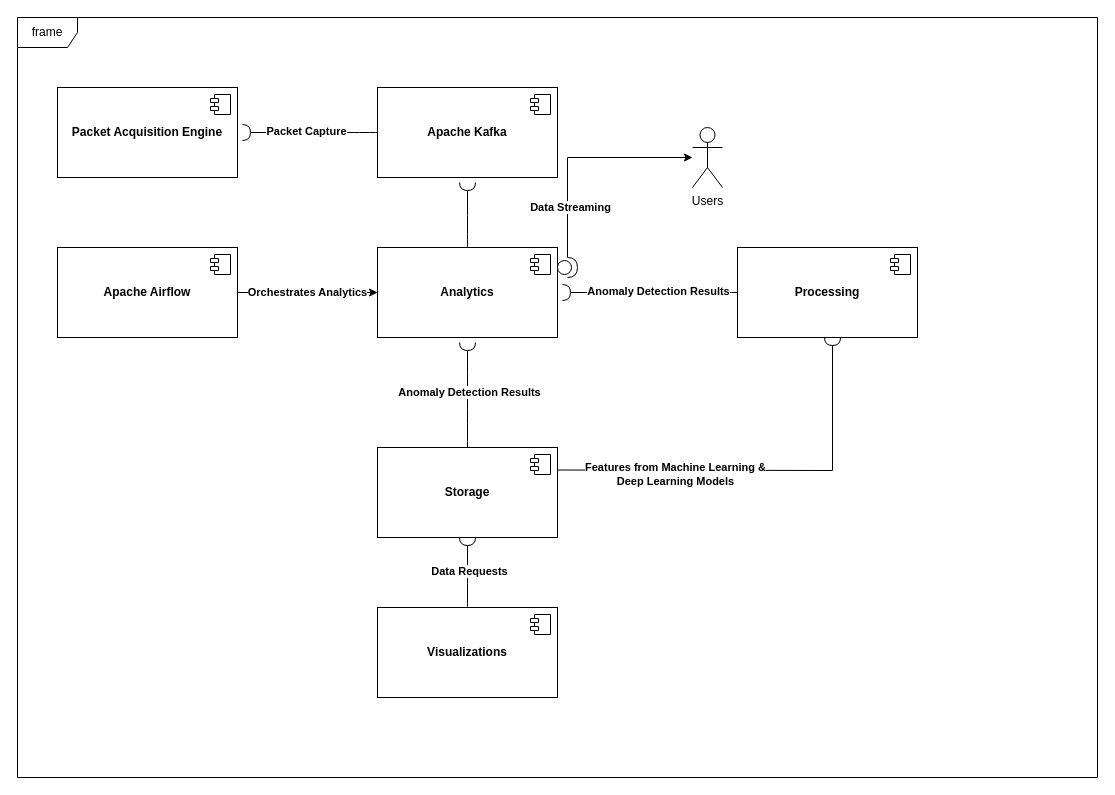
The draw.io diagram Component Diagram.drawio in KaanIsmet/Net-Sentry, before the edit. Source tidied: cells renumbered, new cells numbered last; positions are measured from the earlier drawing's top-left corner, leaving out a move shared by most shapes. Both pictures are drawn from the tidied source at 100%, with x=0, y=0 at pixel (17, 17).
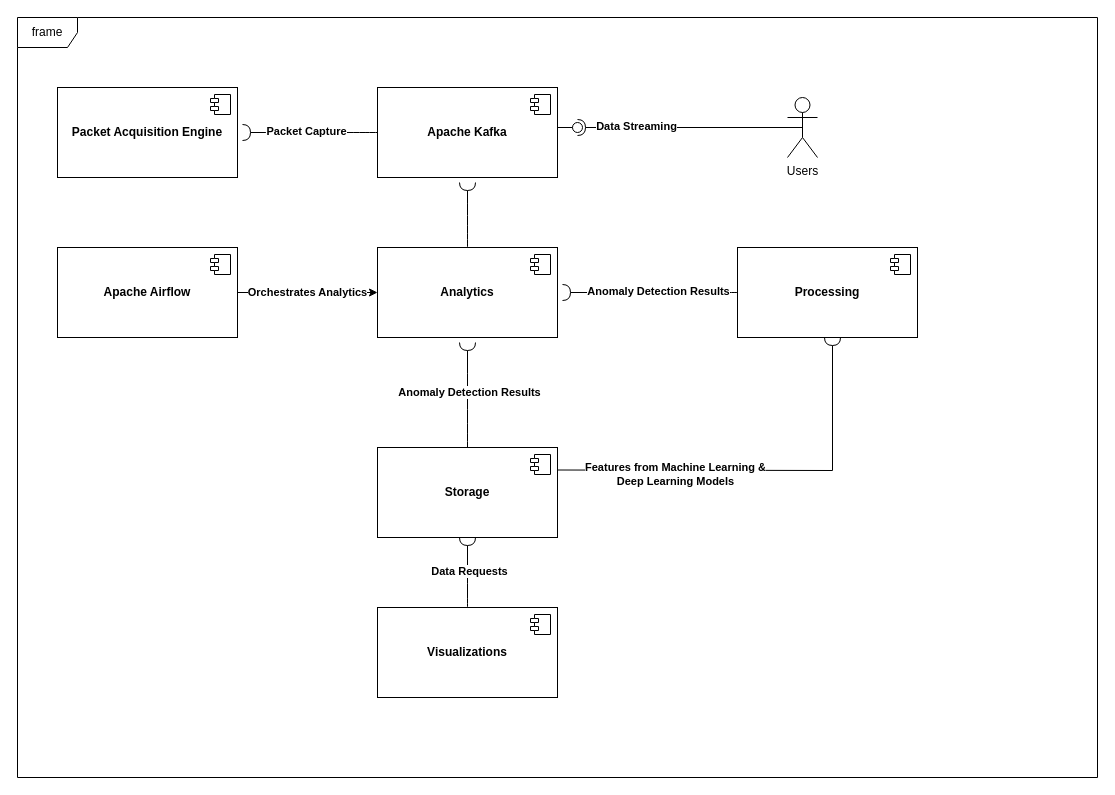
The same page after the edit.

Diff of the diagram source:
```diff
@@
     <mxCell id="24" value="Users" style="shape=umlActor;verticalLabelPosition=bottom;verticalAlign=top;html=1;" parent="1" vertex="1">
-      <mxGeometry x="675" y="110" width="30" height="60" as="geometry" />
+      <mxGeometry x="770" y="80" width="30" height="60" as="geometry" />
     </mxCell>
-    <mxCell id="25" style="edgeStyle=orthogonalEdgeStyle;rounded=0;jettySize=auto;html=1;" parent="1" edge="1" source="27" target="24">
-      <mxGeometry relative="1" as="geometry">
-        <Array as="points">
-          <mxPoint x="550" y="140" />
-        </Array>
-      </mxGeometry>
-    </mxCell>
-    <mxCell id="26" value="&lt;b&gt;Data Streaming&lt;/b&gt;" style="edgeLabel;html=1;align=center;verticalAlign=middle;" parent="25" vertex="1">
-      <mxGeometry x="-0.55" y="-2" relative="1" as="geometry" />
-    </mxCell>
-    <mxCell id="27" style="shape=providedRequiredInterface;html=1;verticalLabelPosition=bottom;sketch=0;" parent="1" vertex="1">
-      <mxGeometry x="540" y="240" width="20" height="20" as="geometry" />
-    </mxCell>
@@
+    <mxCell id="43" style="rounded=0;jettySize=auto;html=1;endArrow=halfCircle;endFill=0;endSize=6;strokeWidth=1;sketch=0;exitX=0.5;exitY=0.5;exitDx=0;exitDy=0;exitPerimeter=0;" parent="1" edge="1" source="24" target="45">
+      <mxGeometry relative="1" as="geometry" />
+    </mxCell>
+    <mxCell id="26" value="&lt;b&gt;Data Streaming&lt;/b&gt;" style="edgeLabel;html=1;align=center;verticalAlign=middle;" parent="43" vertex="1">
+      <mxGeometry x="0.48" y="-2" relative="1" as="geometry" />
+    </mxCell>
+    <mxCell id="44" style="rounded=0;jettySize=auto;html=1;endArrow=oval;endFill=0;sketch=0;sourcePerimeterSpacing=0;targetPerimeterSpacing=0;endSize=10;" parent="1" edge="1" target="45">
+      <mxGeometry relative="1" as="geometry">
+        <mxPoint x="540" y="110" as="sourcePoint" />
+      </mxGeometry>
+    </mxCell>
+    <mxCell id="45" style="ellipse;whiteSpace=wrap;html=1;align=center;fillColor=none;strokeColor=none;perimeter=centerPerimeter;points=[];outlineConnect=1;" parent="1" vertex="1">
+      <mxGeometry x="555" y="105" width="10" height="10" as="geometry" />
+    </mxCell>
```
